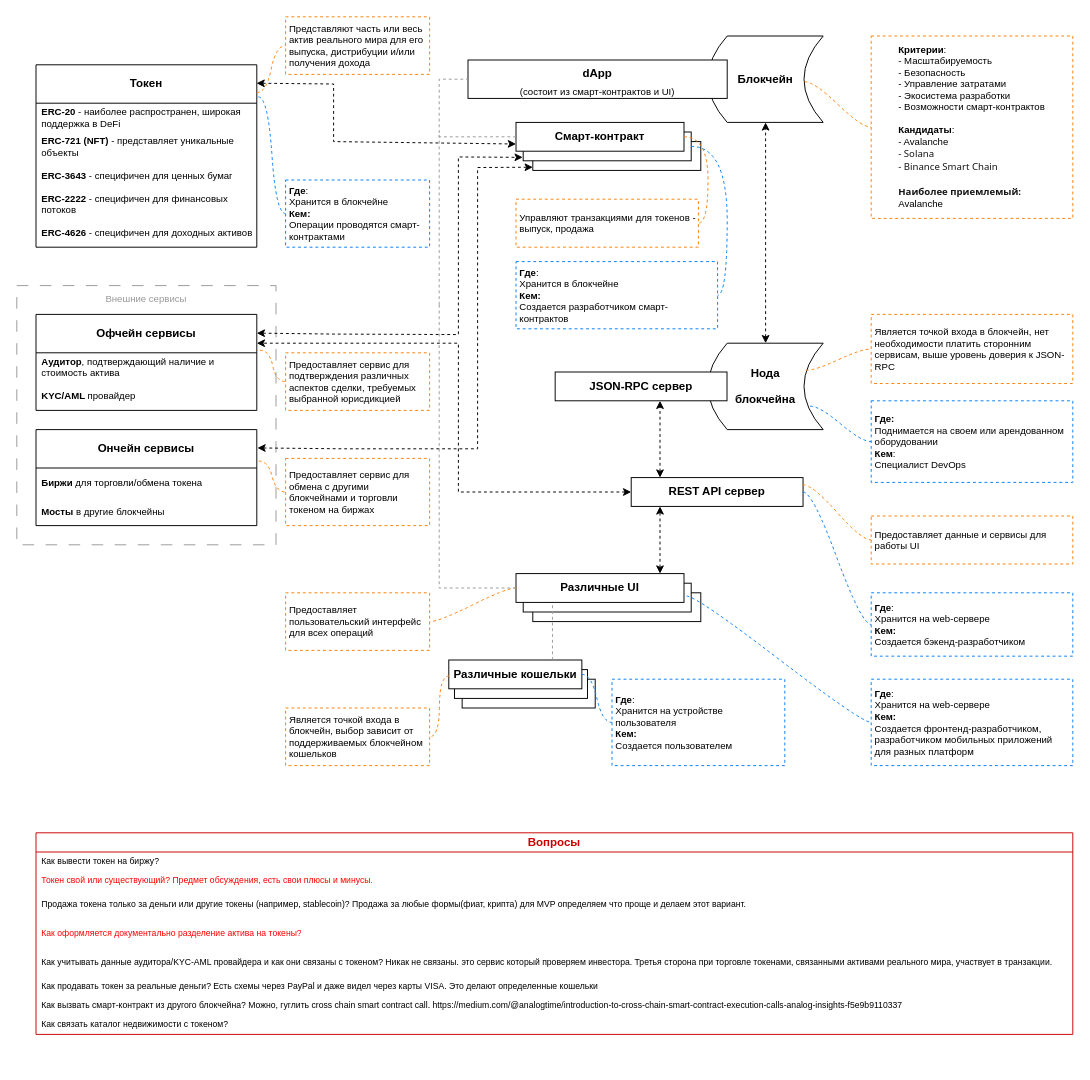
Before: RETM_MVP_extended.drawio in rpurei/RETM-Schemes, a draw.io diagram. Source tidied: cells renumbered, new cells numbered last; positions are measured from the earlier drawing's top-left corner, leaving out a move shared by most shapes. Both pictures are drawn from the tidied source at 96%, with x=0, y=0 at pixel (16, 16).
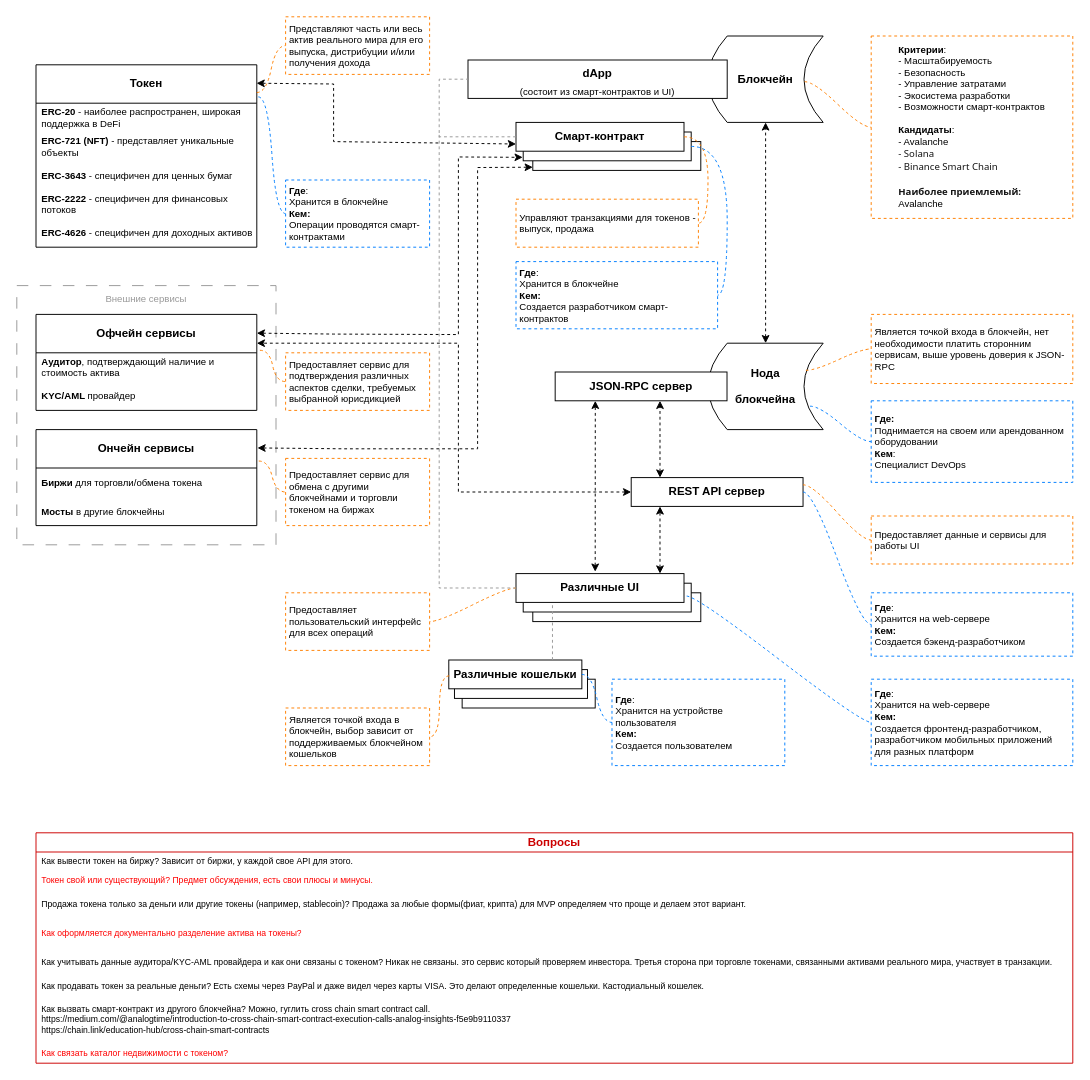
Above is the later version.

The edit, as a diff of the source:
```diff
@@
     <mxCell id="73" value="&lt;b&gt;&lt;font color=&quot;#cc0000&quot;&gt;Вопросы&lt;/font&gt;&lt;/b&gt;" style="swimlane;fontStyle=0;horizontal=1;startSize=20;whiteSpace=wrap;html=1;strokeColor=#CC0000;" parent="1" vertex="1">
-      <mxGeometry x="20" y="850" width="1080" height="210" as="geometry" />
+      <mxGeometry x="20" y="850" width="1080" height="240" as="geometry" />
     </mxCell>
-    <mxCell id="74" value="Как вывести токен на биржу?" style="text;strokeColor=none;fillColor=none;align=left;verticalAlign=middle;spacingLeft=4;spacingRight=4;overflow=hidden;whiteSpace=wrap;html=1;fontColor=#000000;fontSize=9;" parent="73" vertex="1">
+    <mxCell id="74" value="Как вывести токен на биржу? Зависит от биржи, у каждой свое API для этого." style="text;strokeColor=none;fillColor=none;align=left;verticalAlign=middle;spacingLeft=4;spacingRight=4;overflow=hidden;whiteSpace=wrap;html=1;fontColor=#000000;fontSize=9;" parent="73" vertex="1">
       <mxGeometry y="20" width="1080" height="20" as="geometry" />
     </mxCell>
@@
-    <mxCell id="79" value="Как продавать токен за реальные деньги?&amp;nbsp;Есть схемы через PayPal и даже видел через карты VISA. Это делают определенные кошельки" style="text;strokeColor=none;fillColor=none;align=left;verticalAlign=middle;spacingLeft=4;spacingRight=4;overflow=hidden;whiteSpace=wrap;html=1;labelBackgroundColor=default;fontColor=#000000;fontSize=9;" parent="73" vertex="1">
+    <mxCell id="79" value="Как продавать токен за реальные деньги?&amp;nbsp;Есть схемы через PayPal и даже видел через карты VISA. Это делают определенные кошельки. Кастодиальный кошелек." style="text;strokeColor=none;fillColor=none;align=left;verticalAlign=middle;spacingLeft=4;spacingRight=4;overflow=hidden;whiteSpace=wrap;html=1;labelBackgroundColor=default;fontColor=#000000;fontSize=9;" parent="73" vertex="1">
       <mxGeometry y="150" width="1080" height="20" as="geometry" />
     </mxCell>
-    <mxCell id="80" value="Как вызвать смарт-контракт из другого блокчейна? Можно, гуглить cross chain smart contract call.&amp;nbsp;https://medium.com/@analogtime/introduction-to-cross-chain-smart-contract-execution-calls-analog-insights-f5e9b9110337&amp;nbsp;" style="text;strokeColor=none;fillColor=none;align=left;verticalAlign=middle;spacingLeft=4;spacingRight=4;overflow=hidden;whiteSpace=wrap;html=1;labelBackgroundColor=default;fontColor=#000000;fontSize=9;" parent="73" vertex="1">
-      <mxGeometry y="170" width="1080" height="20" as="geometry" />
+    <mxCell id="80" value="Как вызвать смарт-контракт из другого блокчейна? Можно, гуглить cross chain smart contract call.&amp;nbsp;&lt;br&gt;https://medium.com/@analogtime/introduction-to-cross-chain-smart-contract-execution-calls-analog-insights-f5e9b9110337&amp;nbsp;&lt;br&gt;https://chain.link/education-hub/cross-chain-smart-contracts" style="text;strokeColor=none;fillColor=none;align=left;verticalAlign=middle;spacingLeft=4;spacingRight=4;overflow=hidden;whiteSpace=wrap;html=1;labelBackgroundColor=default;fontColor=#000000;fontSize=9;" parent="73" vertex="1">
+      <mxGeometry y="170" width="1080" height="50" as="geometry" />
     </mxCell>
-    <mxCell id="81" value="Как связать каталог недвижимости с токеном?" style="text;strokeColor=none;fillColor=none;align=left;verticalAlign=middle;spacingLeft=4;spacingRight=4;overflow=hidden;whiteSpace=wrap;html=1;labelBackgroundColor=default;fontColor=#000000;fontSize=9;" parent="73" vertex="1">
-      <mxGeometry y="190" width="1080" height="20" as="geometry" />
+    <mxCell id="81" value="&lt;font color=&quot;#ff0000&quot;&gt;Как связать каталог недвижимости с токеном?&lt;/font&gt;" style="text;strokeColor=none;fillColor=none;align=left;verticalAlign=middle;spacingLeft=4;spacingRight=4;overflow=hidden;whiteSpace=wrap;html=1;labelBackgroundColor=default;fontColor=#000000;fontSize=9;" parent="73" vertex="1">
+      <mxGeometry y="220" width="1080" height="20" as="geometry" />
     </mxCell>
+    <mxCell id="82" style="endArrow=classic;startArrow=classic;html=1;rounded=0;entryX=0.5;entryY=1;entryDx=0;entryDy=0;dashed=1;exitX=0.571;exitY=-0.067;exitDx=0;exitDy=0;exitPerimeter=0;" parent="1" edge="1">
+      <mxGeometry relative="1" as="geometry">
+        <mxPoint x="602.5" y="578" as="sourcePoint" />
+        <mxPoint x="602.6" y="400" as="targetPoint" />
+      </mxGeometry>
+    </mxCell>
```
